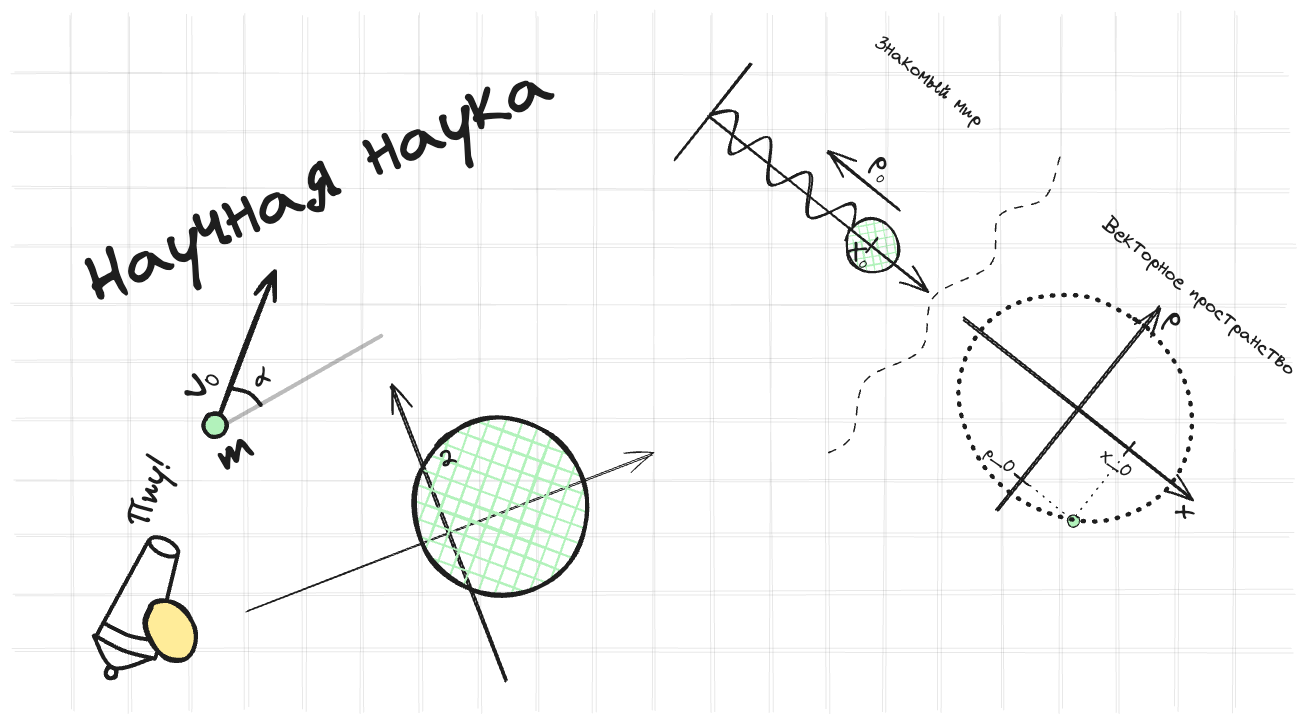
The Excalidraw diagram assets/images/main/math.excalidraw.png in kozakromch/game_physics_2, before a commit. Source tidied: one line per element, renumbered; positions are measured from the earlier drawing's top-left corner, leaving out a move shared by most shapes.
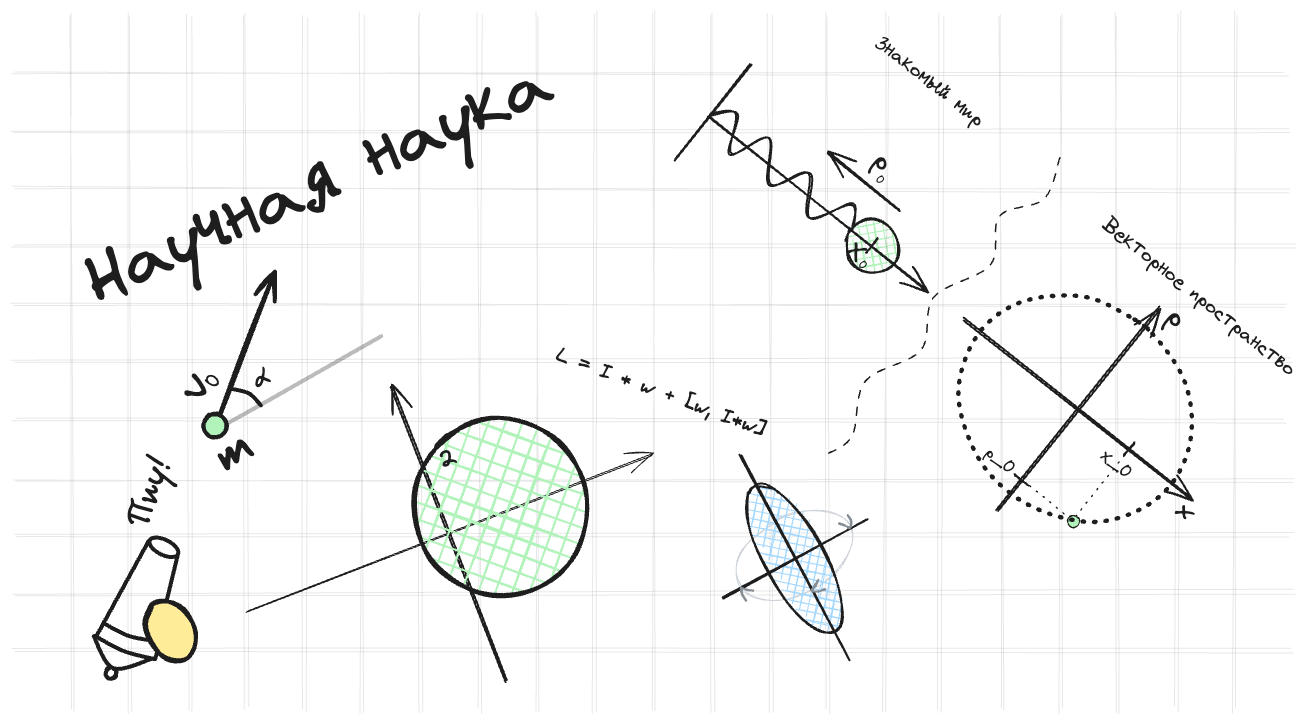
The same file after the commit.

Change to the diagram source:
```diff
@@ -1,17 +1,17 @@
 {"id": 0, "type": "line", "strokeColor": "#1e1e1e", "angle": 5.39, "strokeWidth": 2, "roughness": 1, "round": true, "x": 928, "y": 45, "width": 122, "height": 0, "points": [[0, 0], [122, 0]]}
 {"id": 1, "type": "ellipse", "strokeColor": "#1e1e1e", "angle": 5.39, "backgroundColor": "#b2f2bb", "fillStyle": "cross-hatch", "strokeWidth": 2, "roughness": 1, "round": true, "x": 1122, "y": 152, "width": 53, "height": 55}
-{"id": 2, "type": "line", "strokeColor": "#1e1e1e", "strokeWidth": 1, "roughness": 2, "opacity": 10, "round": true, "x": 290, "y": 6, "width": 1272, "height": 0, "points": [[0, 0], [1272, 0]]}
+{"id": 2, "type": "line", "strokeColor": "#1e1e1e", "strokeWidth": 1, "roughness": 2, "opacity": 10, "round": true, "x": 290, "y": 5, "width": 1272, "height": 0, "points": [[0, 0], [1272, 0]]}
-{"id": 3, "type": "line", "strokeColor": "#1e1e1e", "strokeWidth": 1, "roughness": 2, "opacity": 10, "round": true, "x": 290, "y": 354, "width": 1272, "height": 0, "points": [[0, 0], [1272, 0]]}
+{"id": 3, "type": "line", "strokeColor": "#1e1e1e", "strokeWidth": 1, "roughness": 2, "opacity": 10, "round": true, "x": 290, "y": 353, "width": 1272, "height": 0, "points": [[0, 0], [1272, 0]]}
 {"id": 4, "type": "line", "strokeColor": "#1e1e1e", "strokeWidth": 1, "roughness": 2, "opacity": 10, "round": true, "x": 290, "y": 63, "width": 1275, "height": 0, "points": [[0, 0], [1275, 0]]}
-{"id": 5, "type": "line", "strokeColor": "#1e1e1e", "strokeWidth": 1, "roughness": 2, "opacity": 10, "round": true, "x": 290, "y": 412, "width": 1280, "height": 0, "points": [[0, 0], [1280, 0]]}
+{"id": 5, "type": "line", "strokeColor": "#1e1e1e", "strokeWidth": 1, "roughness": 2, "opacity": 10, "round": true, "x": 290, "y": 411, "width": 1280, "height": 0, "points": [[0, 0], [1280, 0]]}
-{"id": 6, "type": "line", "strokeColor": "#1e1e1e", "strokeWidth": 1, "roughness": 2, "opacity": 10, "round": true, "x": 290, "y": 122, "width": 1273, "height": 0, "points": [[0, 0], [1273, 0]]}
+{"id": 6, "type": "line", "strokeColor": "#1e1e1e", "strokeWidth": 1, "roughness": 2, "opacity": 10, "round": true, "x": 290, "y": 121, "width": 1273, "height": 0, "points": [[0, 0], [1273, 0]]}
 {"id": 7, "type": "line", "strokeColor": "#1e1e1e", "strokeWidth": 1, "roughness": 2, "opacity": 10, "round": true, "x": 290, "y": 469, "width": 1278, "height": 0, "points": [[0, 0], [1278, 0]]}
 {"id": 8, "type": "line", "strokeColor": "#1e1e1e", "strokeWidth": 1, "roughness": 2, "opacity": 10, "round": true, "x": 290, "y": 179, "width": 1280, "height": 0, "points": [[0, 0], [1280, 0]]}
-{"id": 9, "type": "line", "strokeColor": "#1e1e1e", "strokeWidth": 1, "roughness": 2, "opacity": 10, "round": true, "x": 289, "y": 527, "width": 1282, "height": 0, "points": [[0, 0], [1282, 0]]}
+{"id": 9, "type": "line", "strokeColor": "#1e1e1e", "strokeWidth": 1, "roughness": 2, "opacity": 10, "round": true, "x": 289, "y": 526, "width": 1282, "height": 0, "points": [[0, 0], [1282, 0]]}
 {"id": 10, "type": "line", "strokeColor": "#1e1e1e", "strokeWidth": 1, "roughness": 2, "opacity": 10, "round": true, "x": 290, "y": 238, "width": 1271, "height": 0, "points": [[0, 0], [1271, 0]]}
 {"id": 11, "type": "line", "strokeColor": "#1e1e1e", "strokeWidth": 1, "roughness": 2, "opacity": 10, "round": true, "x": 290, "y": 585, "width": 1279, "height": 0, "points": [[0, 0], [1279, 0]]}
-{"id": 12, "type": "line", "strokeColor": "#1e1e1e", "strokeWidth": 1, "roughness": 2, "opacity": 10, "round": true, "x": 291, "y": 295, "width": 1277, "height": 0, "points": [[0, 0], [1277, 0]]}
+{"id": 12, "type": "line", "strokeColor": "#1e1e1e", "strokeWidth": 1, "roughness": 2, "opacity": 10, "round": true, "x": 291, "y": 294, "width": 1277, "height": 0, "points": [[0, 0], [1277, 0]]}
-{"id": 13, "type": "line", "strokeColor": "#1e1e1e", "angle": 1.57, "strokeWidth": 1, "roughness": 2, "opacity": 10, "round": true, "x": 581, "y": 294, "width": 696, "height": 0, "points": [[0, 0], [696, 0]]}
+{"id": 13, "type": "line", "strokeColor": "#1e1e1e", "angle": 1.57, "strokeWidth": 1, "roughness": 2, "opacity": 10, "round": true, "x": 581, "y": 293, "width": 696, "height": 0, "points": [[0, 0], [696, 0]]}
 {"id": 14, "type": "line", "strokeColor": "#1e1e1e", "angle": 1.57, "strokeWidth": 1, "roughness": 2, "opacity": 10, "round": true, "x": 233, "y": 295, "width": 696, "height": 0, "points": [[0, 0], [696, 0]]}
 {"id": 15, "type": "line", "strokeColor": "#1e1e1e", "angle": 1.57, "strokeWidth": 1, "roughness": 2, "opacity": 10, "round": true, "x": 523, "y": 295, "width": 697, "height": 0, "points": [[0, 0], [697, 0]]}
 {"id": 16, "type": "line", "strokeColor": "#1e1e1e", "angle": 1.57, "strokeWidth": 1, "roughness": 2, "opacity": 10, "round": true, "x": 174, "y": 295, "width": 697, "height": 0, "points": [[0, 0], [697, 0]]}
@@ -23,15 +23,15 @@
 {"id": 22, "type": "line", "strokeColor": "#1e1e1e", "angle": 1.57, "strokeWidth": 1, "roughness": 2, "opacity": 10, "round": true, "x": 0, "y": 295, "width": 697, "height": 0, "points": [[0, 0], [697, 0]]}
 {"id": 23, "type": "line", "strokeColor": "#1e1e1e", "angle": 1.57, "strokeWidth": 1, "roughness": 2, "opacity": 10, "round": true, "x": 290, "y": 295, "width": 696, "height": 0, "points": [[0, 0], [696, 0]]}
 {"id": 24, "type": "line", "strokeColor": "#1e1e1e", "angle": 1.57, "strokeWidth": 1, "roughness": 2, "opacity": 10, "round": true, "x": 639, "y": 295, "width": 697, "height": 0, "points": [[0, 0], [697, 0]]}
-{"id": 25, "type": "line", "strokeColor": "#1e1e1e", "angle": 1.57, "strokeWidth": 1, "roughness": 2, "opacity": 10, "round": true, "x": 929, "y": 296, "width": 696, "height": 0, "points": [[0, 0], [696, 0]]}
+{"id": 25, "type": "line", "strokeColor": "#1e1e1e", "angle": 1.57, "strokeWidth": 1, "roughness": 2, "opacity": 10, "round": true, "x": 929, "y": 295, "width": 696, "height": 0, "points": [[0, 0], [696, 0]]}
-{"id": 26, "type": "line", "strokeColor": "#1e1e1e", "angle": 1.57, "strokeWidth": 1, "roughness": 2, "opacity": 10, "round": true, "x": 871, "y": 296, "width": 697, "height": 0, "points": [[0, 0], [697, 0]]}
+{"id": 26, "type": "line", "strokeColor": "#1e1e1e", "angle": 1.57, "strokeWidth": 1, "roughness": 2, "opacity": 10, "round": true, "x": 871, "y": 295, "width": 697, "height": 0, "points": [[0, 0], [697, 0]]}
 {"id": 27, "type": "line", "strokeColor": "#1e1e1e", "angle": 1.57, "strokeWidth": 1, "roughness": 2, "opacity": 10, "round": true, "x": 1161, "y": 295, "width": 697, "height": 0, "points": [[0, 0], [697, 0]]}
-{"id": 28, "type": "line", "strokeColor": "#1e1e1e", "angle": 1.57, "strokeWidth": 1, "roughness": 2, "opacity": 10, "round": true, "x": 813, "y": 296, "width": 697, "height": 0, "points": [[0, 0], [697, 0]]}
+{"id": 28, "type": "line", "strokeColor": "#1e1e1e", "angle": 1.57, "strokeWidth": 1, "roughness": 2, "opacity": 10, "round": true, "x": 813, "y": 295, "width": 697, "height": 0, "points": [[0, 0], [697, 0]]}
 {"id": 29, "type": "line", "strokeColor": "#1e1e1e", "angle": 1.57, "strokeWidth": 1, "roughness": 2, "opacity": 10, "round": true, "x": 1103, "y": 295, "width": 697, "height": 0, "points": [[0, 0], [697, 0]]}
 {"id": 30, "type": "line", "strokeColor": "#1e1e1e", "angle": 1.57, "strokeWidth": 1, "roughness": 2, "opacity": 10, "round": true, "x": 755, "y": 295, "width": 697, "height": 0, "points": [[0, 0], [697, 0]]}
-{"id": 31, "type": "line", "strokeColor": "#1e1e1e", "angle": 1.57, "strokeWidth": 1, "roughness": 2, "opacity": 10, "round": true, "x": 1045, "y": 296, "width": 697, "height": 0, "points": [[0, 0], [697, 0]]}
+{"id": 31, "type": "line", "strokeColor": "#1e1e1e", "angle": 1.57, "strokeWidth": 1, "roughness": 2, "opacity": 10, "round": true, "x": 1045, "y": 295, "width": 697, "height": 0, "points": [[0, 0], [697, 0]]}
 {"id": 32, "type": "line", "strokeColor": "#1e1e1e", "angle": 1.57, "strokeWidth": 1, "roughness": 2, "opacity": 10, "round": true, "x": 697, "y": 295, "width": 697, "height": 0, "points": [[0, 0], [697, 0]]}
-{"id": 33, "type": "line", "strokeColor": "#1e1e1e", "angle": 1.57, "strokeWidth": 1, "roughness": 2, "opacity": 10, "round": true, "x": 987, "y": 296, "width": 696, "height": 0, "points": [[0, 0], [696, 0]]}
+{"id": 33, "type": "line", "strokeColor": "#1e1e1e", "angle": 1.57, "strokeWidth": 1, "roughness": 2, "opacity": 10, "round": true, "x": 987, "y": 295, "width": 696, "height": 0, "points": [[0, 0], [696, 0]]}
 {"id": 34, "type": "line", "strokeColor": "#1e1e1e", "angle": 5.39, "strokeWidth": 2, "roughness": 1, "round": true, "x": 1058, "y": 13, "width": 36, "height": 181, "points": [[0, 0], [18, 20], [-18, 40], [18, 60], [-18, 89], [16, 113], [-18, 141], [18, 165], [0, 181]]}
 {"id": 35, "type": "arrow", "strokeColor": "#1e1e1e", "angle": 0.67, "strokeWidth": 2, "roughness": 1, "endArrowhead": "arrow", "round": true, "x": 954, "y": 137, "width": 281, "height": 0, "points": [[0, 0], [281, 0]]}
 {"id": 36, "type": "line", "strokeColor": "#1e1e1e", "angle": 0.67, "strokeWidth": 2, "roughness": 1, "round": true, "x": 1149, "y": 169, "width": 0, "height": 18, "points": [[0, 0], [0, 18]]}
@@ -78,3 +78,14 @@
 {"id": 77, "type": "ellipse", "strokeColor": "#1e1e1e", "angle": 5.91, "backgroundColor": "#b2f2bb", "fillStyle": "cross-hatch", "strokeWidth": 4, "roughness": 1, "round": true, "x": 691, "y": 351, "width": 173, "height": 179}
 {"id": 78, "type": "text", "text": "2", "strokeColor": "#1e1e1e", "angle": 5.91, "strokeWidth": 2, "roughness": 1, "fontSize": 24.17, "fontFamily": 1, "x": 715, "y": 377, "width": 17, "height": 30}
 {"id": 79, "type": "text", "text": "Научная наука", "strokeColor": "#1e1e1e", "angle": 5.86, "strokeWidth": 2, "roughness": 1, "fontSize": 71.38, "fontFamily": 1, "x": 343, "y": 71, "width": 503, "height": 89}
+{"id": 80, "type": "text", "text": "L = I * w + [w, I*w]", "strokeColor": "#1e1e1e", "angle": 0.35, "strokeWidth": 2, "roughness": 1, "fontSize": 21.03, "fontFamily": 1, "x": 826, "y": 313, "width": 222, "height": 26}
+{"id": 81, "type": "ellipse", "strokeColor": "#ced4da", "angle": 5.81, "strokeWidth": 1, "roughness": 1, "round": true, "x": 1008, "y": 449, "width": 125, "height": 78}
+{"id": 82, "type": "ellipse", "strokeColor": "#1e1e1e", "angle": 5.77, "backgroundColor": "#a5d8ff", "fillStyle": "cross-hatch", "strokeWidth": 2, "roughness": 1, "round": true, "x": 1041, "y": 408, "width": 60, "height": 167}
+{"id": 83, "type": "line", "strokeColor": "#1e1e1e", "angle": 5.51, "strokeWidth": 2, "roughness": 1, "round": true, "x": 1038, "y": 601, "width": 65, "height": 222, "points": [[0, 0], [65, -222]]}
+{"id": 84, "type": "line", "strokeColor": "#1e1e1e", "angle": 5.51, "backgroundColor": "#a5d8ff", "fillStyle": "cross-hatch", "strokeWidth": 2, "roughness": 1, "round": true, "x": 1151, "y": 513, "width": 159, "height": 44, "points": [[0, 0], [-159, -44]]}
+{"id": 85, "type": "line", "strokeColor": "#868e96", "angle": 5.51, "strokeWidth": 2, "roughness": 1, "round": true, "x": 1023, "y": 521, "width": 5, "height": 12, "points": [[0, 0], [-4, 5], [-5, 12]]}
+{"id": 86, "type": "line", "strokeColor": "#868e96", "angle": 5.51, "strokeWidth": 2, "roughness": 1, "round": true, "x": 1022, "y": 517, "width": 6, "height": 10, "points": [[0, 0], [2, 5], [6, 10]]}
+{"id": 87, "type": "line", "strokeColor": "#868e96", "angle": 4.21, "strokeWidth": 2, "roughness": 1, "round": true, "x": 1097, "y": 517, "width": 5, "height": 12, "points": [[0, 0], [-4, 5], [-5, 12]]}
+{"id": 88, "type": "line", "strokeColor": "#868e96", "angle": 4.21, "strokeWidth": 2, "roughness": 1, "round": true, "x": 1088, "y": 513, "width": 6, "height": 11, "points": [[0, 0], [2, 6], [6, 11]]}
+{"id": 89, "type": "line", "strokeColor": "#868e96", "angle": 2.53, "strokeWidth": 2, "roughness": 1, "round": true, "x": 1128, "y": 448, "width": 5, "height": 12, "points": [[0, 0], [-4, 5], [-5, 12]]}
+{"id": 90, "type": "line", "strokeColor": "#868e96", "angle": 2.53, "strokeWidth": 2, "roughness": 1, "round": true, "x": 1118, "y": 453, "width": 6, "height": 11, "points": [[0, 0], [3, 6], [6, 11]]}
```
